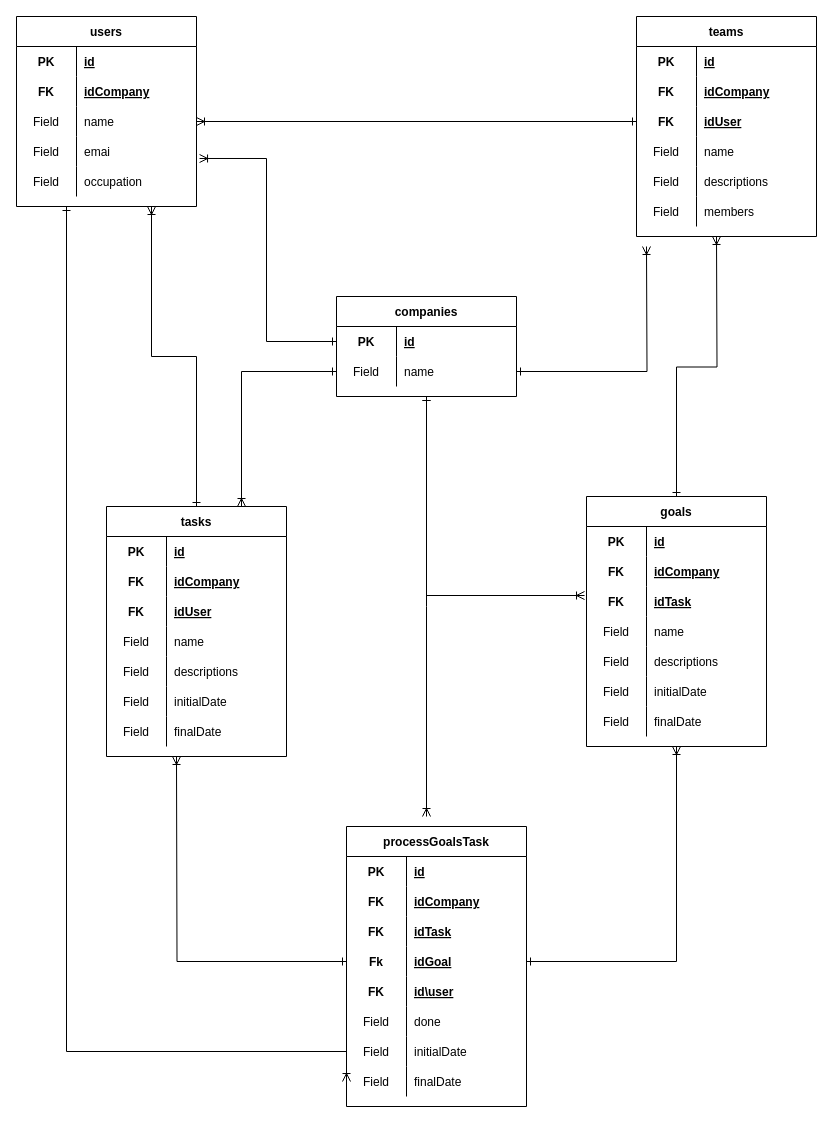
Above: docs/modelagem.drawio in Nurv-Holding/beehive (draw.io), before the change. Source tidied: cells renumbered, new cells numbered last; positions are measured from the earlier drawing's top-left corner, leaving out a move shared by most shapes. Both pictures are drawn from the tidied source at 100%, with x=0, y=0 at pixel (16, 16).
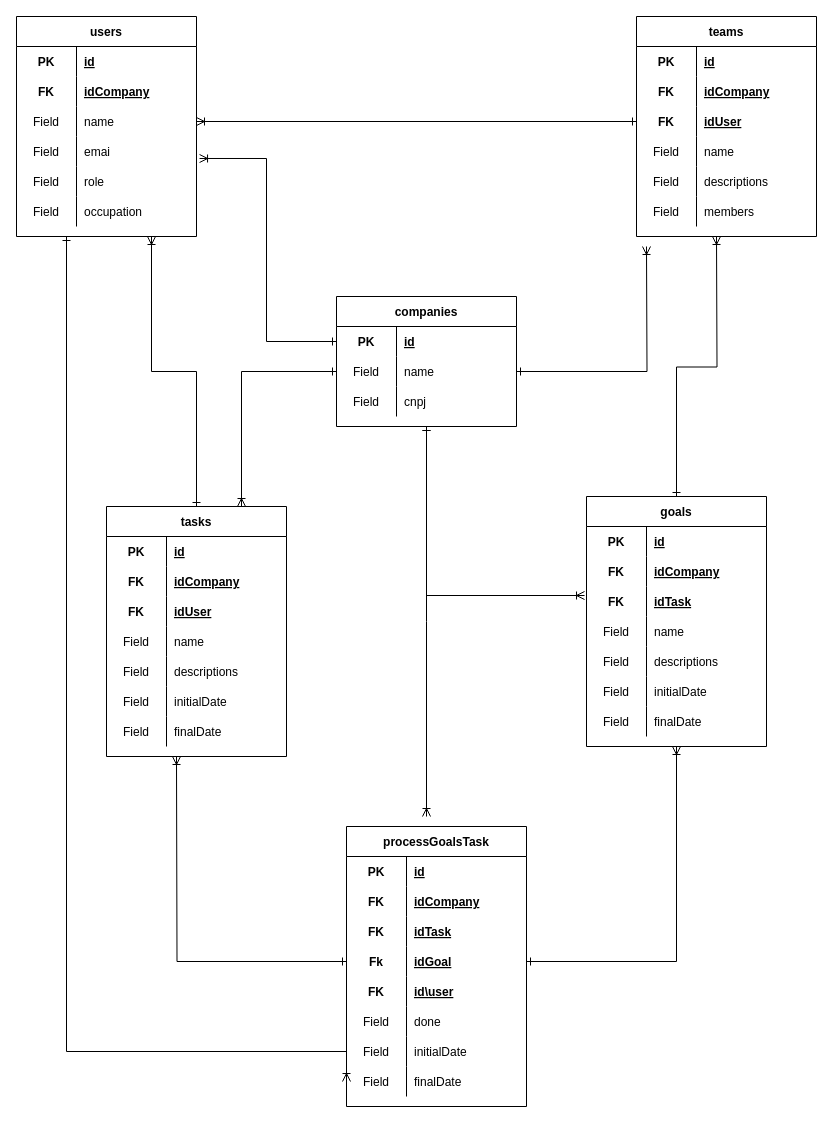
The same diagram, later.

Change to the diagram source:
```diff
@@
     <mxCell id="3" value="users" style="shape=table;startSize=30;childLayout=tableLayout;rowLines=0;fontStyle=1;align=center;" parent="1" vertex="1">
-      <mxGeometry width="180" height="190" as="geometry" />
+      <mxGeometry width="180" height="220" as="geometry" />
     </mxCell>
@@
+    <mxCell id="124" style="shape=tableRow;horizontal=0;startSize=0;swimlaneHead=0;swimlaneBody=0;fillColor=none;top=0;left=0;right=0;bottom=0;" parent="3" vertex="1">
+      <mxGeometry y="150" width="180" height="30" as="geometry" />
+    </mxCell>
+    <mxCell id="125" value="Field" style="shape=partialRectangle;fillColor=none;top=0;left=0;bottom=0;right=0;overflow=hidden;" parent="124" vertex="1">
+      <mxGeometry width="60" height="30" as="geometry" />
+    </mxCell>
+    <mxCell id="126" value="role" style="shape=partialRectangle;fillColor=none;top=0;left=0;bottom=0;right=0;align=left;spacingLeft=6;overflow=hidden;" parent="124" vertex="1">
+      <mxGeometry x="60" width="120" height="30" as="geometry" />
+    </mxCell>
     <mxCell id="16" style="shape=tableRow;horizontal=0;startSize=0;swimlaneHead=0;swimlaneBody=0;fillColor=none;top=0;left=0;right=0;bottom=0;" parent="3" vertex="1">
-      <mxGeometry y="150" width="180" height="30" as="geometry" />
+      <mxGeometry y="180" width="180" height="30" as="geometry" />
     </mxCell>
@@
     <mxCell id="40" value="companies" style="shape=table;startSize=30;childLayout=tableLayout;rowLines=0;fontStyle=1;align=center;" parent="1" vertex="1">
-      <mxGeometry x="320" y="280" width="180" height="100" as="geometry" />
+      <mxGeometry x="320" y="280" width="180" height="130" as="geometry" />
     </mxCell>
@@
+    <mxCell id="127" style="shape=tableRow;horizontal=0;startSize=0;swimlaneHead=0;swimlaneBody=0;fillColor=none;top=0;left=0;right=0;bottom=0;" parent="40" vertex="1">
+      <mxGeometry y="90" width="180" height="30" as="geometry" />
+    </mxCell>
+    <mxCell id="128" value="Field" style="shape=partialRectangle;fillColor=none;top=0;left=0;bottom=0;right=0;overflow=hidden;" parent="127" vertex="1">
+      <mxGeometry width="60" height="30" as="geometry" />
+    </mxCell>
+    <mxCell id="129" value="cnpj" style="shape=partialRectangle;fillColor=none;top=0;left=0;bottom=0;right=0;align=left;spacingLeft=6;overflow=hidden;" parent="127" vertex="1">
+      <mxGeometry x="60" width="120" height="30" as="geometry" />
+    </mxCell>
```
